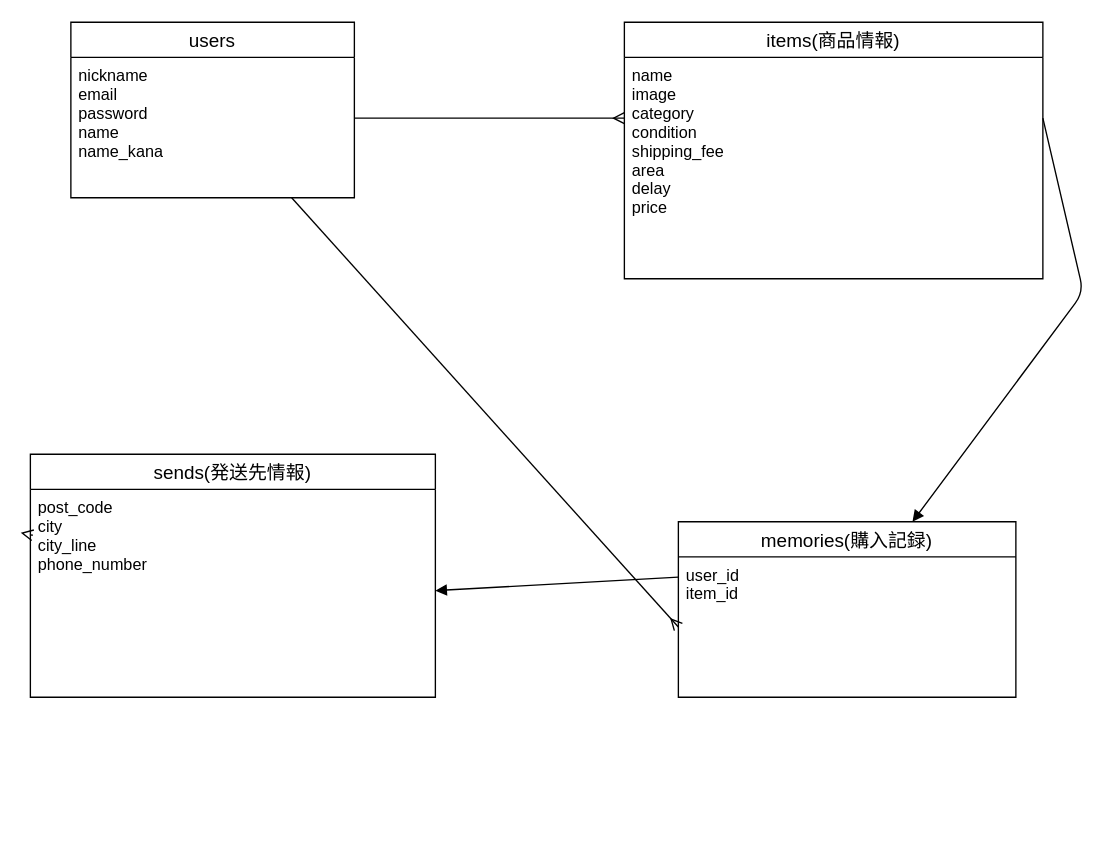
yyudaii/furima-41117 keeps this draw.io diagram as app/views/ER.dio. Above is the earlier version. Source tidied: cells renumbered, new cells numbered last; positions are measured from the earlier drawing's top-left corner, leaving out a move shared by most shapes. Both pictures are drawn from the tidied source at 135%, with x=0, y=0 at pixel (30, 22).
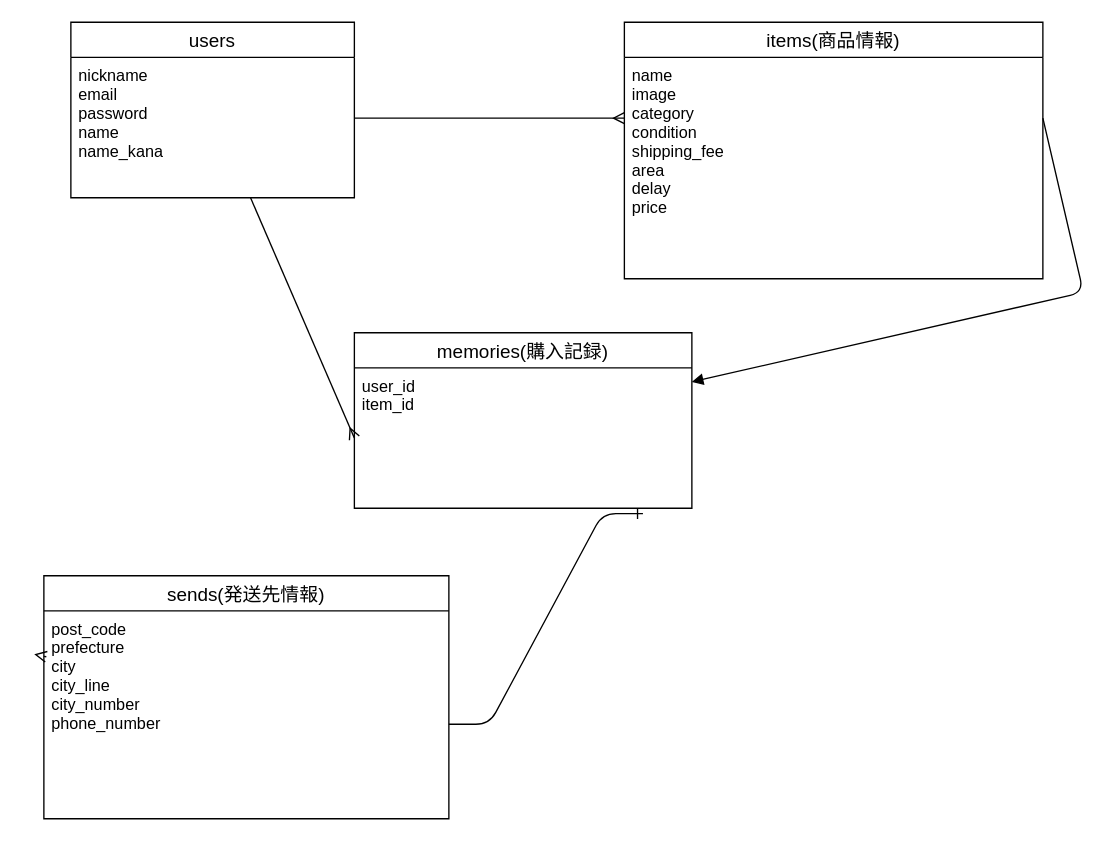
The same page after the edit.

Commit message (it also covers changes not shown here):
ER図、READMEの修正

Unchanged cells that the change refers to:
```xml
<mxCell id="13" value="user_id&#10;item_id" style="text;strokeColor=none;fillColor=none;spacingLeft=4;spacingRight=4;overflow=hidden;points=[[0,0.5],[1,0.5]];portConstraint=eastwest;fontSize=12;" parent="12" vertex="1">
  <mxGeometry y="26" width="250" height="104" as="geometry" />
</mxCell>
```

The edit, as a diff of the source:
```diff
@@
     <mxCell id="5" value="sends(発送先情報)" style="swimlane;fontStyle=0;horizontal=1;startSize=26;align=center;fontSize=14;direction=east;" parent="1" vertex="1">
-      <mxGeometry y="320" width="300" height="180" as="geometry" />
+      <mxGeometry x="10" y="410" width="300" height="180" as="geometry" />
     </mxCell>
+    <mxCell id="7" style="edgeStyle=none;html=1;entryX=0.006;entryY=0.133;entryDx=0;entryDy=0;entryPerimeter=0;endArrow=ERmany;endFill=0;" parent="5" edge="1" source="5">
+      <mxGeometry relative="1" as="geometry">
+        <mxPoint x="1.8" y="60" as="targetPoint" />
+      </mxGeometry>
+    </mxCell>
-    <mxCell id="6" value="post_code&#10;city&#10;city_line&#10;phone_number" style="text;strokeColor=none;fillColor=none;spacingLeft=4;spacingRight=4;overflow=hidden;fontSize=12;" parent="5" vertex="1">
+    <mxCell id="6" value="post_code&#10;prefecture&#10;city&#10;city_line&#10;city_number&#10;phone_number" style="text;strokeColor=none;fillColor=none;spacingLeft=4;spacingRight=4;overflow=hidden;fontSize=12;" parent="5" vertex="1">
       <mxGeometry y="26" width="300" height="154" as="geometry" />
     </mxCell>
-    <mxCell id="7" style="edgeStyle=none;html=1;entryX=0.006;entryY=0.133;entryDx=0;entryDy=0;entryPerimeter=0;endArrow=ERmany;endFill=0;" parent="5" edge="1" source="5">
-      <mxGeometry relative="1" as="geometry">
-        <mxPoint x="1.8" y="60" as="targetPoint" />
-      </mxGeometry>
-    </mxCell>
@@
     <mxCell id="12" value="memories(購入記録)" style="swimlane;fontStyle=0;horizontal=1;startSize=26;align=center;fontSize=14;" parent="1" vertex="1">
-      <mxGeometry x="480" y="370" width="250" height="130" as="geometry" />
+      <mxGeometry x="240" y="230" width="250" height="130" as="geometry" />
     </mxCell>
@@
-    <mxCell id="15" style="edgeStyle=none;html=1;exitX=0;exitY=0.5;exitDx=0;exitDy=0;entryX=1;entryY=0.5;entryDx=0;entryDy=0;endArrow=block;endFill=1;" parent="1" edge="1">
-      <mxGeometry relative="1" as="geometry">
-        <mxPoint x="480" y="411" as="sourcePoint" />
-        <mxPoint x="300" y="421" as="targetPoint" />
-      </mxGeometry>
-    </mxCell>
+    <mxCell id="16" style="edgeStyle=entityRelationEdgeStyle;fontSize=12;html=1;endArrow=ERone;endFill=1;entryX=0.855;entryY=1.038;entryDx=0;entryDy=0;entryPerimeter=0;" parent="1" edge="1" target="13">
+      <mxGeometry relative="1" as="geometry">
+        <mxPoint x="310" y="520" as="sourcePoint" />
+      </mxGeometry>
+    </mxCell>
```
